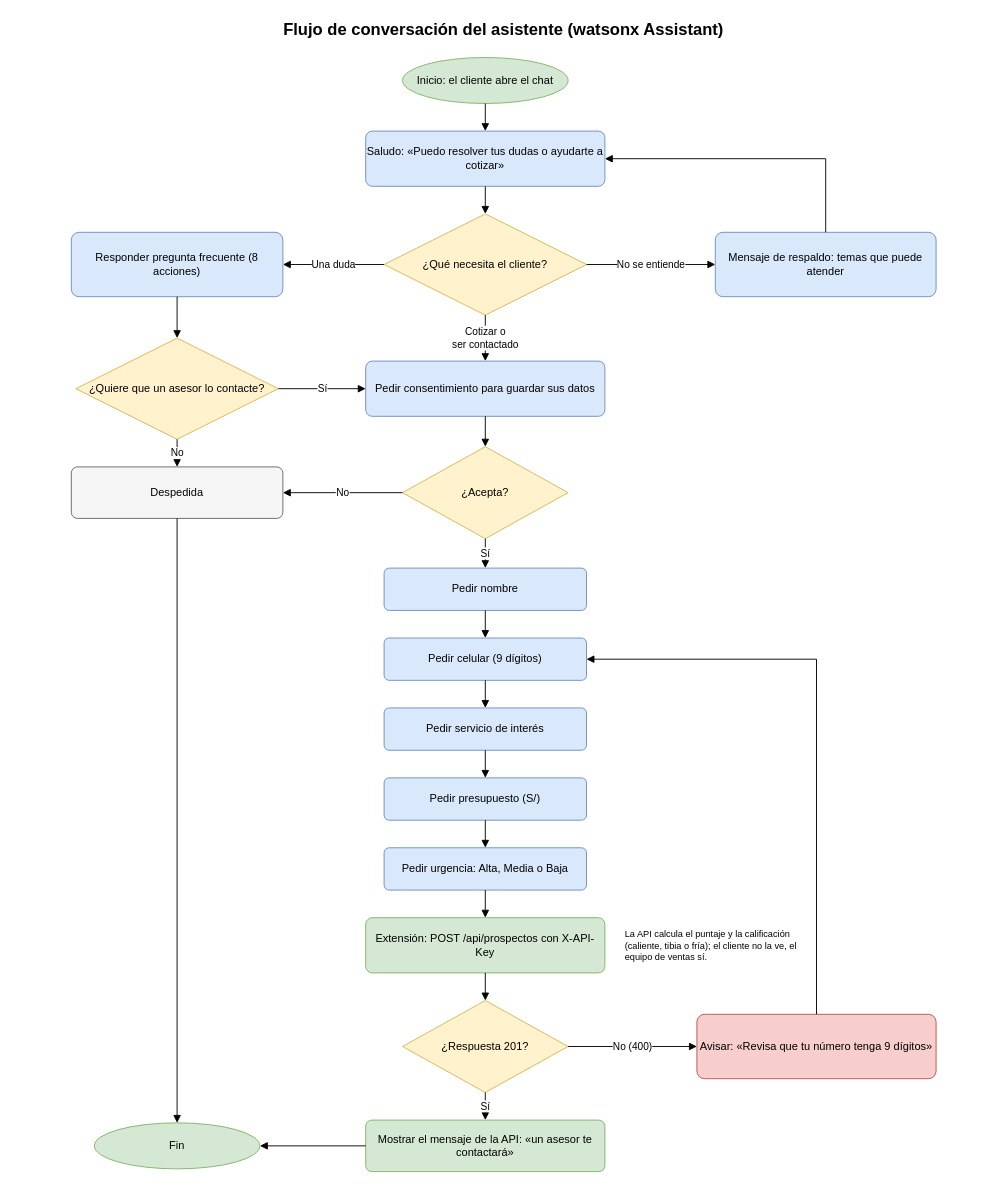
Earlier version of the draw.io diagram docs/diagramas/flujo-asistente.drawio (dwisardev/captabot-error404). Source tidied: cells renumbered, new cells numbered last; positions are measured from the earlier drawing's top-left corner, leaving out a move shared by most shapes. Both pictures are drawn from the tidied source at 92%, with x=0, y=0 at pixel (16, 16).
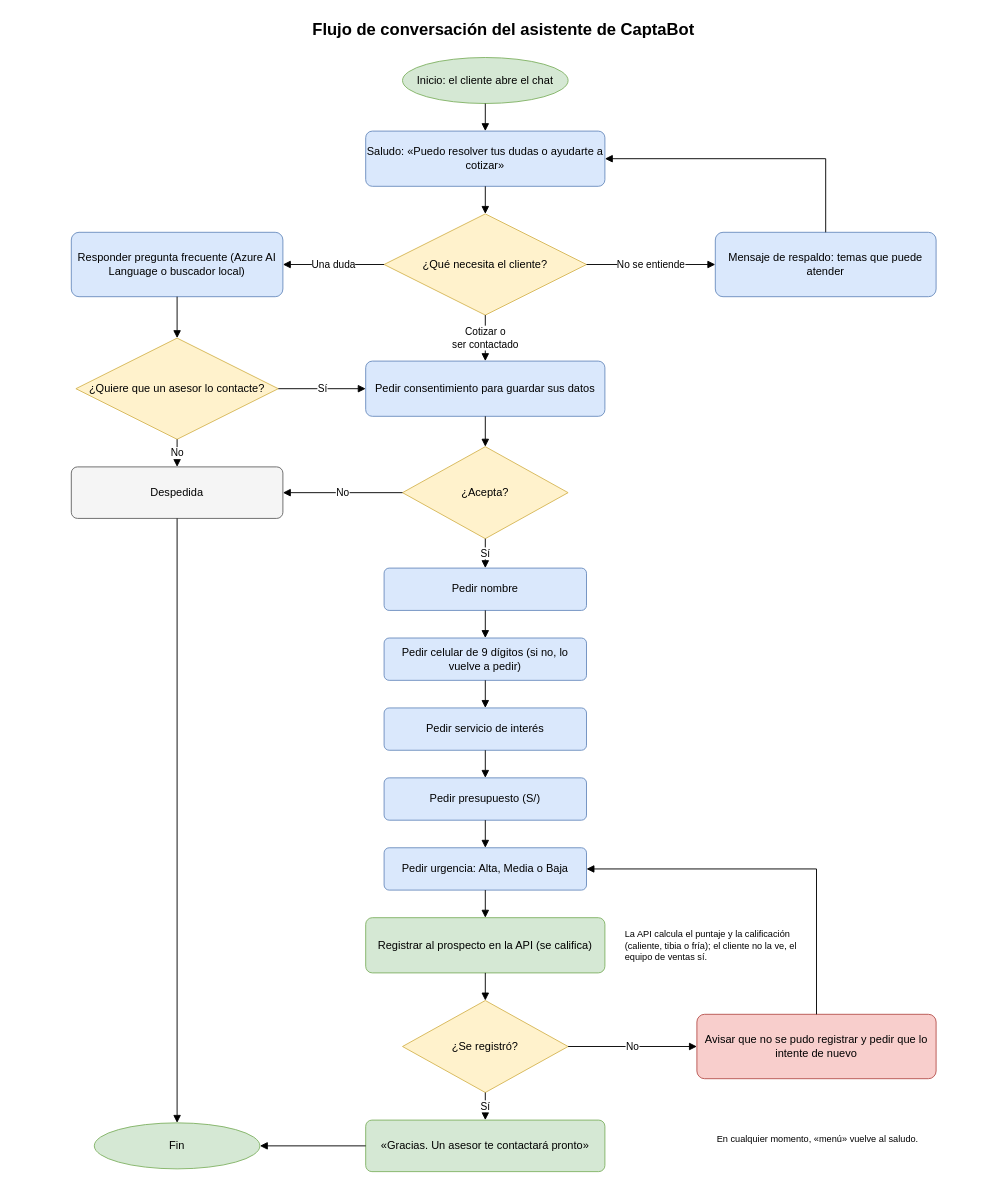
The same diagram, later.

Commit message (it also covers changes not shown here):
SCRUM-32 SCRUM-38 Actualiza la arquitectura y el flujo del asistente con el chat y Azure AI Language

The change refers to these unchanged cells:
```xml
<mxCell id="15" value="Pedir urgencia: Alta, Media o Baja" style="rounded=1;arcSize=12;whiteSpace=wrap;html=1;fillColor=#dae8fc;strokeColor=#6c8ebf;fontSize=12;" parent="1" vertex="1">
  <mxGeometry x="400" y="904" width="220" height="46" as="geometry" />
</mxCell>
```

The edit, as a diff of the source:
```diff
@@
-    <mxCell id="2" value="Flujo de conversación del asistente (watsonx Assistant)" style="text;html=1;strokeColor=none;fillColor=none;align=center;verticalAlign=middle;whiteSpace=wrap;fontSize=18;fontStyle=1;" parent="1" vertex="1">
+    <mxCell id="2" value="Flujo de conversación del asistente de CaptaBot" style="text;html=1;strokeColor=none;fillColor=none;align=center;verticalAlign=middle;whiteSpace=wrap;fontSize=18;fontStyle=1;" parent="1" vertex="1">
       <mxGeometry width="1060" height="30" as="geometry" />
     </mxCell>
@@
-    <mxCell id="6" value="Responder pregunta frecuente (8 acciones)" style="rounded=1;arcSize=12;whiteSpace=wrap;html=1;fillColor=#dae8fc;strokeColor=#6c8ebf;fontSize=12;" parent="1" vertex="1">
+    <mxCell id="6" value="Responder pregunta frecuente (Azure AI Language o buscador local)" style="rounded=1;arcSize=12;whiteSpace=wrap;html=1;fillColor=#dae8fc;strokeColor=#6c8ebf;fontSize=12;" parent="1" vertex="1">
       <mxGeometry x="60" y="235" width="230" height="70" as="geometry" />
     </mxCell>
@@
-    <mxCell id="12" value="Pedir celular (9 dígitos)" style="rounded=1;arcSize=12;whiteSpace=wrap;html=1;fillColor=#dae8fc;strokeColor=#6c8ebf;fontSize=12;" parent="1" vertex="1">
+    <mxCell id="12" value="Pedir celular de 9 dígitos (si no, lo vuelve a pedir)" style="rounded=1;arcSize=12;whiteSpace=wrap;html=1;fillColor=#dae8fc;strokeColor=#6c8ebf;fontSize=12;" parent="1" vertex="1">
       <mxGeometry x="400" y="676" width="220" height="46" as="geometry" />
     </mxCell>
@@
-    <mxCell id="16" value="Extensión: POST /api/prospectos con X-API-Key" style="rounded=1;arcSize=12;whiteSpace=wrap;html=1;fillColor=#d5e8d4;strokeColor=#82b366;fontSize=12;" parent="1" vertex="1">
+    <mxCell id="16" value="Registrar al prospecto en la API (se califica)" style="rounded=1;arcSize=12;whiteSpace=wrap;html=1;fillColor=#d5e8d4;strokeColor=#82b366;fontSize=12;" parent="1" vertex="1">
       <mxGeometry x="380" y="980" width="260" height="60" as="geometry" />
     </mxCell>
-    <mxCell id="17" value="¿Respuesta 201?" style="rhombus;whiteSpace=wrap;html=1;fillColor=#fff2cc;strokeColor=#d6b656;fontSize=12;" parent="1" vertex="1">
+    <mxCell id="17" value="¿Se registró?" style="rhombus;whiteSpace=wrap;html=1;fillColor=#fff2cc;strokeColor=#d6b656;fontSize=12;" parent="1" vertex="1">
       <mxGeometry x="420" y="1070" width="180" height="100" as="geometry" />
     </mxCell>
-    <mxCell id="18" value="Mostrar el mensaje de la API: «un asesor te contactará»" style="rounded=1;arcSize=12;whiteSpace=wrap;html=1;fillColor=#d5e8d4;strokeColor=#82b366;fontSize=12;" parent="1" vertex="1">
+    <mxCell id="18" value="«Gracias. Un asesor te contactará pronto»" style="rounded=1;arcSize=12;whiteSpace=wrap;html=1;fillColor=#d5e8d4;strokeColor=#82b366;fontSize=12;" parent="1" vertex="1">
       <mxGeometry x="380" y="1200" width="260" height="56" as="geometry" />
     </mxCell>
-    <mxCell id="19" value="Avisar: «Revisa que tu número tenga 9 dígitos»" style="rounded=1;arcSize=12;whiteSpace=wrap;html=1;fillColor=#f8cecc;strokeColor=#b85450;fontSize=12;" parent="1" vertex="1">
+    <mxCell id="19" value="Avisar que no se pudo registrar y pedir que lo intente de nuevo" style="rounded=1;arcSize=12;whiteSpace=wrap;html=1;fillColor=#f8cecc;strokeColor=#b85450;fontSize=12;" parent="1" vertex="1">
       <mxGeometry x="740" y="1085" width="260" height="70" as="geometry" />
     </mxCell>
@@
+    <mxCell id="46" value="En cualquier momento, «menú» vuelve al saludo." style="text;html=1;strokeColor=none;fillColor=none;align=left;verticalAlign=middle;whiteSpace=wrap;fontSize=10;" parent="1" vertex="1">
+      <mxGeometry x="760" y="1190" width="260" height="60" as="geometry" />
+    </mxCell>
@@
-    <mxCell id="42" value="No (400)" style="html=1;rounded=0;fontSize=11;labelBackgroundColor=#ffffff;endArrow=block;endFill=1;" parent="1" edge="1" source="17" target="19">
+    <mxCell id="42" value="No" style="html=1;rounded=0;fontSize=11;labelBackgroundColor=#ffffff;endArrow=block;endFill=1;" parent="1" edge="1" source="17" target="19">
       <mxGeometry relative="1" as="geometry" />
     </mxCell>
-    <mxCell id="43" style="html=1;rounded=0;fontSize=11;labelBackgroundColor=#ffffff;endArrow=block;endFill=1;" parent="1" edge="1" source="19" target="12">
+    <mxCell id="43" style="html=1;rounded=0;fontSize=11;labelBackgroundColor=#ffffff;endArrow=block;endFill=1;" parent="1" edge="1" source="19" target="15">
       <mxGeometry relative="1" as="geometry">
         <Array as="points">
-          <mxPoint x="870" y="699" />
+          <mxPoint x="870" y="927" />
         </Array>
       </mxGeometry>
     </mxCell>
```
